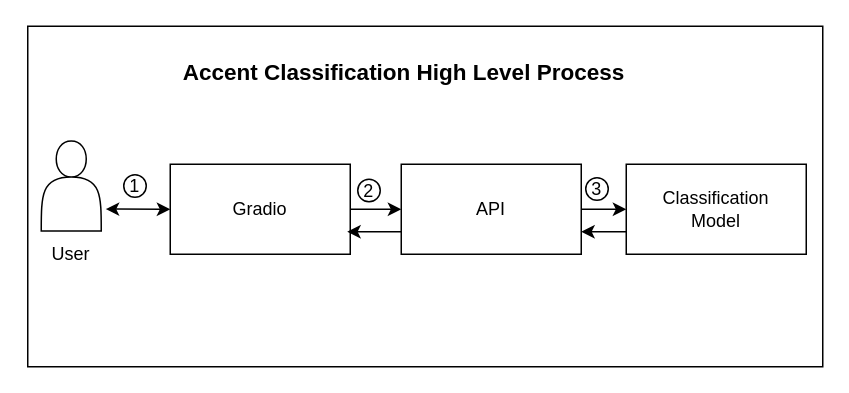
This is assets/acccent_classification.drawio from luckyp71/accent_classification, a draw.io file, before an edit. Source tidied: cells renumbered, new cells numbered last; positions are measured from the earlier drawing's top-left corner, leaving out a move shared by most shapes. Both pictures are drawn from the tidied source at 150%, with x=0, y=0 at pixel (26, 26).
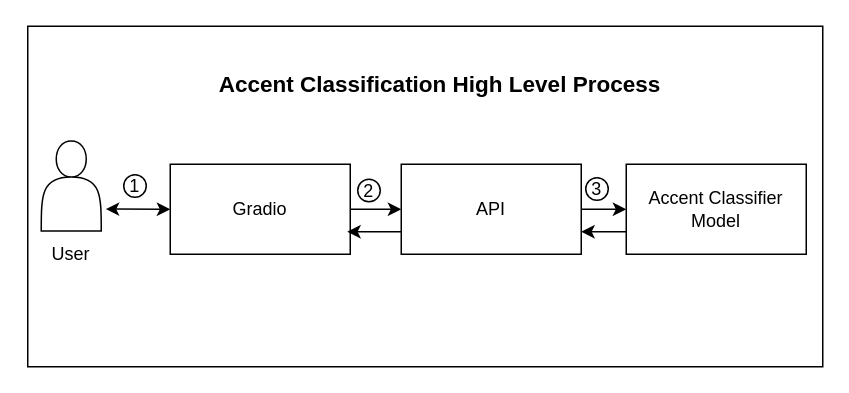
Above is the later version.

Change to the diagram source:
```diff
@@
 <mxGraphModel>
   <root>
     <mxCell id="0" />
     <mxCell id="1" parent="0" />
     <mxCell id="2" style="rounded=0;whiteSpace=wrap;html=1;" parent="1" vertex="1">
       <mxGeometry x="1" width="530" height="227" as="geometry" />
     </mxCell>
     <mxCell id="3" style="edgeStyle=orthogonalEdgeStyle;rounded=0;jettySize=auto;html=1;exitX=0;exitY=0.75;exitDx=0;exitDy=0;entryX=1;entryY=0.75;entryDx=0;entryDy=0;" parent="1" edge="1" source="4" target="6">
       <mxGeometry relative="1" as="geometry" />
     </mxCell>
-    <mxCell id="4" value="Classification&lt;div&gt;Model&lt;/div&gt;" style="rounded=0;whiteSpace=wrap;html=1;" parent="1" vertex="1">
+    <mxCell id="4" value="Accent Classifier&lt;div&gt;Model&lt;/div&gt;" style="rounded=0;whiteSpace=wrap;html=1;" parent="1" vertex="1">
       <mxGeometry x="400" y="92" width="120" height="60" as="geometry" />
     </mxCell>
     <mxCell id="5" style="edgeStyle=orthogonalEdgeStyle;rounded=0;jettySize=auto;html=1;entryX=0;entryY=0.5;entryDx=0;entryDy=0;" parent="1" edge="1" source="6" target="4">
       <mxGeometry relative="1" as="geometry" />
     </mxCell>
     <mxCell id="6" value="API" style="rounded=0;whiteSpace=wrap;html=1;" parent="1" vertex="1">
       <mxGeometry x="250" y="92" width="120" height="60" as="geometry" />
     </mxCell>
     <mxCell id="7" style="edgeStyle=orthogonalEdgeStyle;rounded=0;jettySize=auto;html=1;exitX=1;exitY=0.5;exitDx=0;exitDy=0;entryX=0;entryY=0.5;entryDx=0;entryDy=0;" parent="1" edge="1" source="8" target="6">
       <mxGeometry relative="1" as="geometry" />
     </mxCell>
     <mxCell id="8" value="Gradio" style="rounded=0;whiteSpace=wrap;html=1;" parent="1" vertex="1">
       <mxGeometry x="96" y="92" width="120" height="60" as="geometry" />
     </mxCell>
     <mxCell id="9" style="shape=actor;whiteSpace=wrap;html=1;" parent="1" vertex="1">
       <mxGeometry x="10" y="76.5" width="40" height="60" as="geometry" />
     </mxCell>
     <mxCell id="10" value="&lt;font style=&quot;font-size: 15px;&quot;&gt;&lt;b&gt;Accent Classification High Level Process&lt;/b&gt;&lt;/font&gt;" style="text;html=1;align=center;verticalAlign=middle;whiteSpace=wrap;rounded=0;" parent="1" vertex="1">
-      <mxGeometry x="92" y="15" width="320" height="30" as="geometry" />
+      <mxGeometry x="116" y="23" width="320" height="30" as="geometry" />
     </mxCell>
     <mxCell id="11" value="1" style="ellipse;whiteSpace=wrap;html=1;" parent="1" vertex="1">
       <mxGeometry x="65" y="99" width="15" height="15" as="geometry" />
     </mxCell>
     <mxCell id="12" value="2" style="ellipse;whiteSpace=wrap;html=1;" parent="1" vertex="1">
       <mxGeometry x="221" y="102" width="15" height="15" as="geometry" />
     </mxCell>
     <mxCell id="13" value="3" style="ellipse;whiteSpace=wrap;html=1;" parent="1" vertex="1">
       <mxGeometry x="373" y="101" width="15" height="15" as="geometry" />
     </mxCell>
     <mxCell id="14" style="edgeStyle=orthogonalEdgeStyle;rounded=0;jettySize=auto;html=1;exitX=0;exitY=0.75;exitDx=0;exitDy=0;entryX=0.983;entryY=0.763;entryDx=0;entryDy=0;entryPerimeter=0;" parent="1" edge="1" source="6" target="8">
       <mxGeometry relative="1" as="geometry" />
     </mxCell>
     <mxCell id="15" style="endArrow=classic;startArrow=classic;html=1;rounded=0;entryX=0;entryY=0.5;entryDx=0;entryDy=0;" parent="1" edge="1" target="8">
       <mxGeometry relative="1" as="geometry">
         <mxPoint x="53" y="121.9" as="sourcePoint" />
       </mxGeometry>
     </mxCell>
     <mxCell id="16" value="User" style="text;html=1;align=center;verticalAlign=middle;whiteSpace=wrap;rounded=0;" parent="1" vertex="1">
       <mxGeometry y="137" width="60" height="30" as="geometry" />
     </mxCell>
   </root>
 </mxGraphModel>
```
